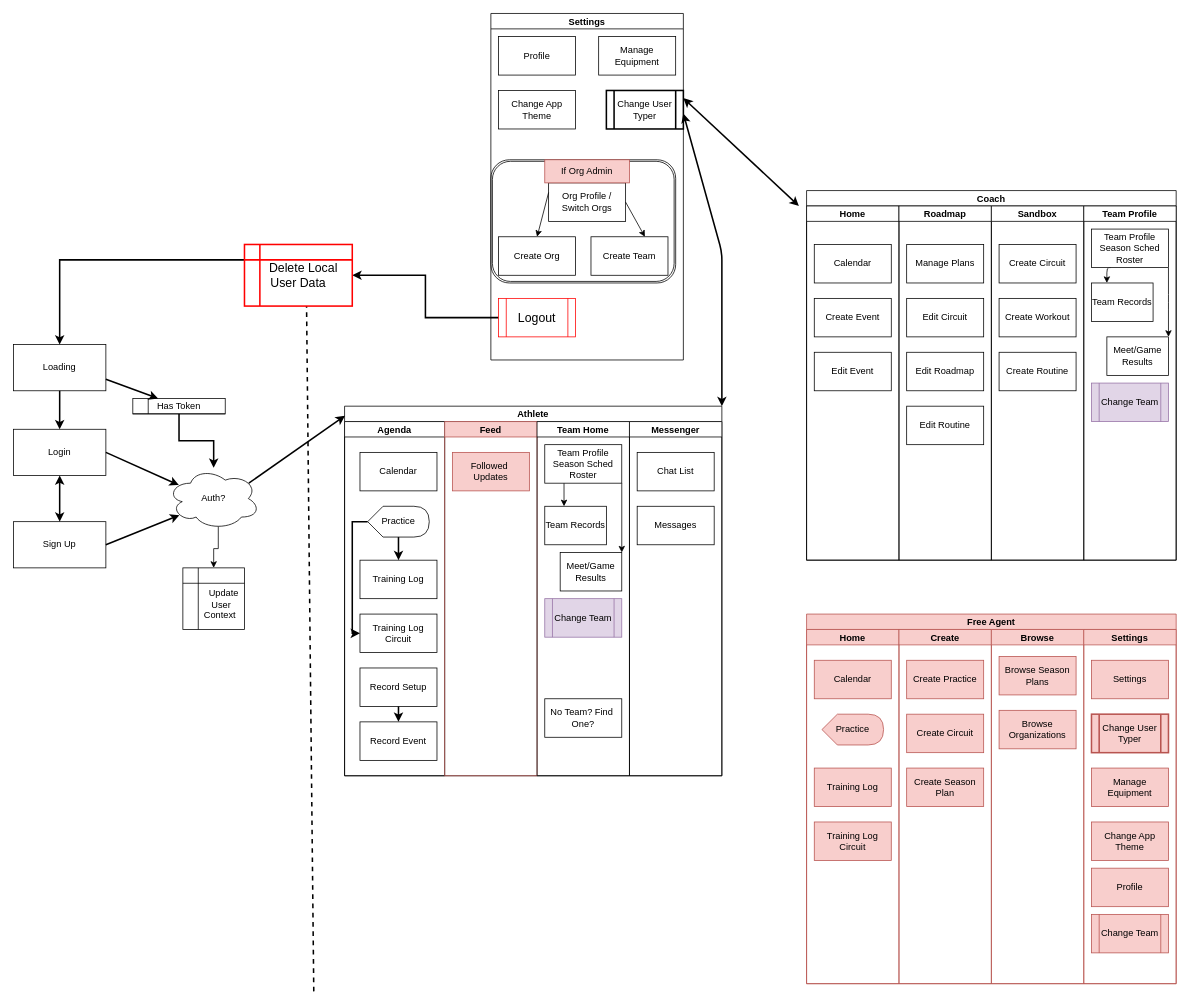
The draw.io diagram BBSports.drawio in Henkemeyer/BBSports, before the edit. Source tidied: cells renumbered, new cells numbered last; positions are measured from the earlier drawing's top-left corner, leaving out a move shared by most shapes. Both pictures are drawn from the tidied source at 77%, with x=0, y=0 at pixel (13, 13).
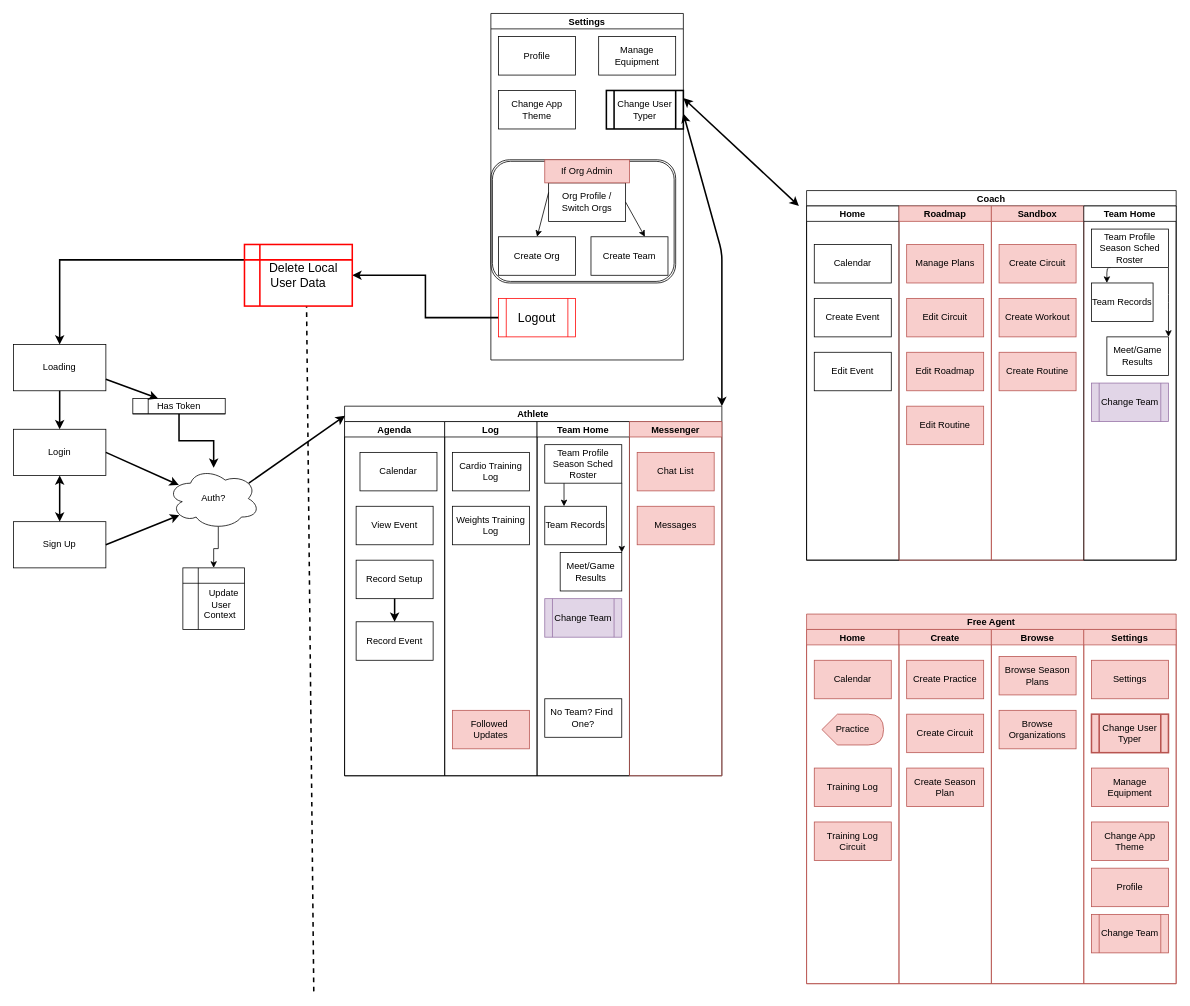
After the change.

The change refers to these unchanged cells:
```xml
<mxCell id="2" value="Coach" style="swimlane;startSize=20;rounded=0;" parent="1" vertex="1">
  <mxGeometry x="1030" y="230" width="480" height="480" as="geometry" />
</mxCell>
<mxCell id="43" value="Athlete" style="swimlane;startSize=20;rounded=0;" parent="1" vertex="1">
  <mxGeometry x="430" y="510" width="490" height="480" as="geometry" />
</mxCell>
<mxCell id="44" value="Agenda" style="swimlane;startSize=20;rounded=0;" parent="43" vertex="1">
  <mxGeometry y="20" width="130" height="460" as="geometry" />
</mxCell>
```

Change to the diagram source:
```diff
@@
-    <mxCell id="7" value="Roadmap" style="swimlane;startSize=20;rounded=0;" parent="2" vertex="1">
+    <mxCell id="7" value="Roadmap" style="swimlane;startSize=20;rounded=0;fillColor=#f8cecc;strokeColor=#b85450;" parent="2" vertex="1">
       <mxGeometry x="120" y="20" width="120" height="460" as="geometry" />
     </mxCell>
-    <mxCell id="8" value="Edit Circuit" style="rounded=0;whiteSpace=wrap;html=1;" parent="7" vertex="1">
+    <mxCell id="8" value="Edit Circuit" style="rounded=0;whiteSpace=wrap;html=1;fillColor=#f8cecc;strokeColor=#b85450;" parent="7" vertex="1">
       <mxGeometry x="10" y="120" width="100" height="50" as="geometry" />
     </mxCell>
-    <mxCell id="9" value="Edit Roadmap" style="rounded=0;whiteSpace=wrap;html=1;" parent="7" vertex="1">
+    <mxCell id="9" value="Edit Roadmap" style="rounded=0;whiteSpace=wrap;html=1;fillColor=#f8cecc;strokeColor=#b85450;" parent="7" vertex="1">
       <mxGeometry x="10" y="190" width="100" height="50" as="geometry" />
     </mxCell>
-    <mxCell id="10" value="Manage Plans" style="rounded=0;whiteSpace=wrap;html=1;" parent="7" vertex="1">
+    <mxCell id="10" value="Manage Plans" style="rounded=0;whiteSpace=wrap;html=1;fillColor=#f8cecc;strokeColor=#b85450;" parent="7" vertex="1">
       <mxGeometry x="10" y="50" width="100" height="50" as="geometry" />
     </mxCell>
-    <mxCell id="11" value="Edit Routine" style="rounded=0;whiteSpace=wrap;html=1;" parent="7" vertex="1">
+    <mxCell id="11" value="Edit Routine" style="rounded=0;whiteSpace=wrap;html=1;fillColor=#f8cecc;strokeColor=#b85450;" parent="7" vertex="1">
       <mxGeometry x="10" y="260" width="100" height="50" as="geometry" />
     </mxCell>
-    <mxCell id="12" value="Sandbox" style="swimlane;startSize=20;rounded=0;" parent="2" vertex="1">
+    <mxCell id="12" value="Sandbox" style="swimlane;startSize=20;rounded=0;fillColor=#f8cecc;strokeColor=#b85450;" parent="2" vertex="1">
       <mxGeometry x="240" y="20" width="120" height="460" as="geometry" />
     </mxCell>
-    <mxCell id="13" value="Create Circuit" style="rounded=0;whiteSpace=wrap;html=1;" parent="12" vertex="1">
+    <mxCell id="13" value="Create Circuit" style="rounded=0;whiteSpace=wrap;html=1;fillColor=#f8cecc;strokeColor=#b85450;" parent="12" vertex="1">
       <mxGeometry x="10" y="50" width="100" height="50" as="geometry" />
     </mxCell>
-    <mxCell id="14" value="Create Workout" style="rounded=0;whiteSpace=wrap;html=1;" parent="12" vertex="1">
+    <mxCell id="14" value="Create Workout" style="rounded=0;whiteSpace=wrap;html=1;fillColor=#f8cecc;strokeColor=#b85450;" parent="12" vertex="1">
       <mxGeometry x="10" y="120" width="100" height="50" as="geometry" />
     </mxCell>
-    <mxCell id="15" value="Create Routine" style="rounded=0;whiteSpace=wrap;html=1;" parent="12" vertex="1">
+    <mxCell id="15" value="Create Routine" style="rounded=0;whiteSpace=wrap;html=1;fillColor=#f8cecc;strokeColor=#b85450;" parent="12" vertex="1">
       <mxGeometry x="10" y="190" width="100" height="50" as="geometry" />
     </mxCell>
-    <mxCell id="16" value="Team Profile" style="swimlane;startSize=20;rounded=0;" parent="2" vertex="1">
+    <mxCell id="16" value="Team Home" style="swimlane;startSize=20;rounded=0;" parent="2" vertex="1">
       <mxGeometry x="360" y="20" width="120" height="460" as="geometry" />
     </mxCell>
@@
-    <mxCell id="46" value="Training Log" style="rounded=0;whiteSpace=wrap;html=1;" parent="44" vertex="1">
-      <mxGeometry x="20" y="180" width="100" height="50" as="geometry" />
-    </mxCell>
-    <mxCell id="47" value="Training Log Circuit" style="rounded=0;whiteSpace=wrap;html=1;" parent="44" vertex="1">
-      <mxGeometry x="20" y="250" width="100" height="50" as="geometry" />
-    </mxCell>
-    <mxCell id="48" style="edgeStyle=orthogonalEdgeStyle;rounded=0;jettySize=auto;html=1;exitX=0;exitY=0;exitDx=40;exitDy=40;exitPerimeter=0;entryX=0.5;entryY=0;entryDx=0;entryDy=0;strokeWidth=2;" parent="44" edge="1" source="50" target="46">
-      <mxGeometry relative="1" as="geometry" />
-    </mxCell>
-    <mxCell id="49" style="edgeStyle=orthogonalEdgeStyle;rounded=0;jettySize=auto;html=1;exitX=0;exitY=0.5;exitDx=0;exitDy=0;exitPerimeter=0;strokeWidth=2;entryX=0;entryY=0.5;entryDx=0;entryDy=0;" parent="44" edge="1" source="50" target="47">
-      <mxGeometry relative="1" as="geometry" />
-    </mxCell>
-    <mxCell id="50" value="Practice" style="shape=display;whiteSpace=wrap;html=1;rounded=0;fontFamily=Helvetica;fontSize=12;" parent="44" vertex="1">
-      <mxGeometry x="30" y="110" width="80" height="40" as="geometry" />
-    </mxCell>
     <mxCell id="51" value="Record Setup" style="rounded=0;whiteSpace=wrap;html=1;" parent="44" vertex="1">
-      <mxGeometry x="20" y="320" width="100" height="50" as="geometry" />
+      <mxGeometry x="15" y="180" width="100" height="50" as="geometry" />
     </mxCell>
     <mxCell id="52" value="Record Event" style="rounded=0;whiteSpace=wrap;html=1;fontFamily=Helvetica;fontSize=12;" parent="44" vertex="1">
-      <mxGeometry x="20" y="390" width="100" height="50" as="geometry" />
+      <mxGeometry x="15" y="260" width="100" height="50" as="geometry" />
     </mxCell>
@@
+    <mxCell id="100" value="View Event" style="rounded=0;whiteSpace=wrap;html=1;" parent="44" vertex="1">
+      <mxGeometry x="15" y="110" width="100" height="50" as="geometry" />
+    </mxCell>
-    <mxCell id="54" value="Feed" style="swimlane;startSize=20;rounded=0;fillColor=#f8cecc;strokeColor=#b85450;" parent="43" vertex="1">
+    <mxCell id="54" value="Log" style="swimlane;startSize=20;rounded=0;" parent="43" vertex="1">
       <mxGeometry x="130" y="20" width="120" height="460" as="geometry" />
     </mxCell>
     <mxCell id="55" value="Followed&amp;nbsp; Updates" style="rounded=0;whiteSpace=wrap;html=1;fillColor=#f8cecc;strokeColor=#b85450;" parent="54" vertex="1">
-      <mxGeometry x="10" y="40" width="100" height="50" as="geometry" />
+      <mxGeometry x="10" y="375" width="100" height="50" as="geometry" />
     </mxCell>
+    <mxCell id="46" value="Cardio Training Log" style="rounded=0;whiteSpace=wrap;html=1;" parent="54" vertex="1">
+      <mxGeometry x="10" y="40" width="100" height="50" as="geometry" />
+    </mxCell>
+    <mxCell id="47" value="Weights Training Log" style="rounded=0;whiteSpace=wrap;html=1;" parent="54" vertex="1">
+      <mxGeometry x="10" y="110" width="100" height="50" as="geometry" />
+    </mxCell>
@@
-    <mxCell id="64" value="Messenger" style="swimlane;startSize=20;rounded=0;" parent="43" vertex="1">
+    <mxCell id="64" value="Messenger" style="swimlane;startSize=20;rounded=0;fillColor=#f8cecc;strokeColor=#b85450;" parent="43" vertex="1">
       <mxGeometry x="370" y="20" width="120" height="460" as="geometry" />
     </mxCell>
-    <mxCell id="65" value="Chat List" style="rounded=0;whiteSpace=wrap;html=1;" parent="64" vertex="1">
+    <mxCell id="65" value="Chat List" style="rounded=0;whiteSpace=wrap;html=1;fillColor=#f8cecc;strokeColor=#b85450;" parent="64" vertex="1">
       <mxGeometry x="10" y="40" width="100" height="50" as="geometry" />
     </mxCell>
-    <mxCell id="66" value="Messages" style="rounded=0;whiteSpace=wrap;html=1;" parent="64" vertex="1">
+    <mxCell id="66" value="Messages" style="rounded=0;whiteSpace=wrap;html=1;fillColor=#f8cecc;strokeColor=#b85450;" parent="64" vertex="1">
       <mxGeometry x="10" y="110" width="100" height="50" as="geometry" />
     </mxCell>
```
